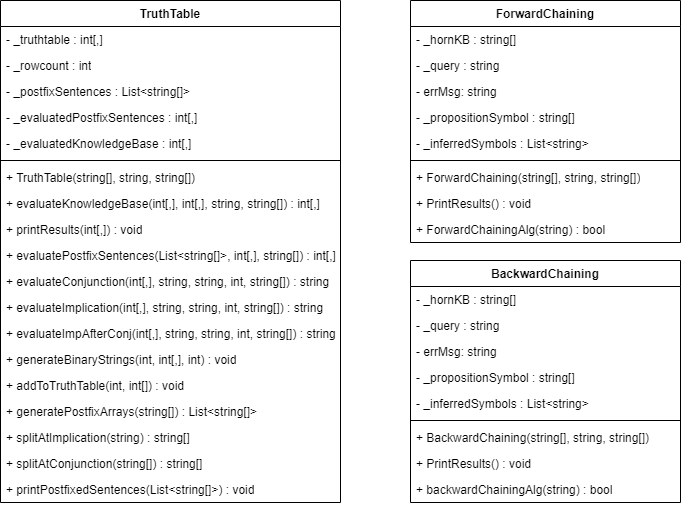
This is UML PNG.png from MagmaArcade/Inference-Engine, a draw.io export, as it was before one commit. Source tidied: cells renumbered, new cells last; positions are measured from the earlier drawing's top-left corner, leaving out a move shared by most shapes.
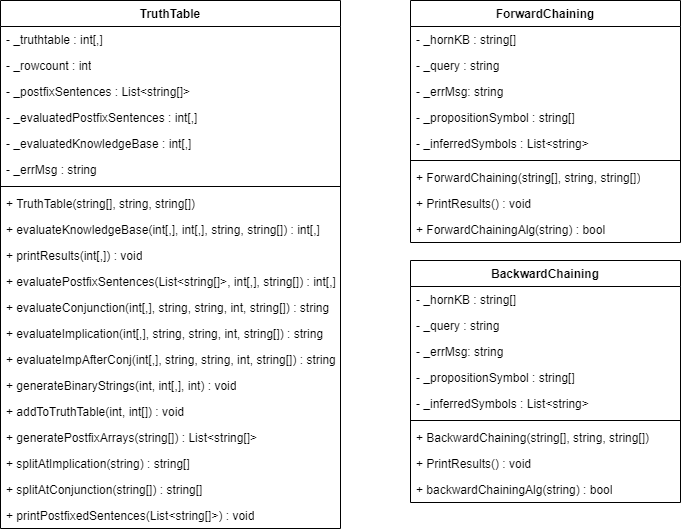
Later version of the same file.

Diff of the diagram source:
```diff
@@ -3,7 +3,7 @@
     <mxCell id="0" />
     <mxCell id="1" parent="0" />
     <mxCell id="2" value="TruthTable" style="swimlane;fontStyle=1;align=center;verticalAlign=top;horizontal=1;startSize=26;whiteSpace=wrap;html=1;" parent="1" vertex="1">
-      <mxGeometry width="340" height="502" as="geometry" />
+      <mxGeometry width="340" height="528" as="geometry" />
     </mxCell>
     <mxCell id="3" value="- _truthtable : int[,]" style="text;strokeColor=none;fillColor=none;align=left;verticalAlign=top;spacingLeft=4;spacingRight=4;overflow=hidden;whiteSpace=wrap;html=1;" parent="2" vertex="1">
       <mxGeometry y="26" width="340" height="26" as="geometry" />
@@ -17,50 +17,53 @@
     <mxCell id="6" value="- _evaluatedPostfixSentences : int[,]" style="text;strokeColor=none;fillColor=none;align=left;verticalAlign=top;spacingLeft=4;spacingRight=4;overflow=hidden;whiteSpace=wrap;html=1;" parent="2" vertex="1">
       <mxGeometry y="104" width="340" height="26" as="geometry" />
     </mxCell>
+    <mxCell id="42" value="- _evaluatedKnowledgeBase : int[,]" style="text;strokeColor=none;fillColor=none;align=left;verticalAlign=top;spacingLeft=4;spacingRight=4;overflow=hidden;whiteSpace=wrap;html=1;" parent="2" vertex="1">
+      <mxGeometry y="130" width="340" height="26" as="geometry" />
+    </mxCell>
-    <mxCell id="7" value="- _evaluatedKnowledgeBase : int[,]" style="text;strokeColor=none;fillColor=none;align=left;verticalAlign=top;spacingLeft=4;spacingRight=4;overflow=hidden;whiteSpace=wrap;html=1;" parent="2" vertex="1">
-      <mxGeometry y="130" width="340" height="26" as="geometry" />
+    <mxCell id="7" value="- _errMsg : string" style="text;strokeColor=none;fillColor=none;align=left;verticalAlign=top;spacingLeft=4;spacingRight=4;overflow=hidden;whiteSpace=wrap;html=1;" parent="2" vertex="1">
+      <mxGeometry y="156" width="340" height="26" as="geometry" />
     </mxCell>
     <mxCell id="8" style="line;strokeWidth=1;fillColor=none;align=left;verticalAlign=middle;spacingTop=-1;spacingLeft=3;spacingRight=3;labelPosition=right;strokeColor=inherit;" parent="2" vertex="1">
-      <mxGeometry y="156" width="340" height="8" as="geometry" />
+      <mxGeometry y="182" width="340" height="8" as="geometry" />
     </mxCell>
     <mxCell id="9" value="+ TruthTable(string[], string, string[])" style="text;strokeColor=none;fillColor=none;align=left;verticalAlign=top;spacingLeft=4;spacingRight=4;overflow=hidden;whiteSpace=wrap;html=1;" parent="2" vertex="1">
-      <mxGeometry y="164" width="340" height="26" as="geometry" />
+      <mxGeometry y="190" width="340" height="26" as="geometry" />
     </mxCell>
     <mxCell id="10" value="+ evaluateKnowledgeBase(int[,], int[,], string, string[]) : int[,]" style="text;strokeColor=none;fillColor=none;align=left;verticalAlign=top;spacingLeft=4;spacingRight=4;overflow=hidden;whiteSpace=wrap;html=1;" parent="2" vertex="1">
-      <mxGeometry y="190" width="340" height="26" as="geometry" />
+      <mxGeometry y="216" width="340" height="26" as="geometry" />
     </mxCell>
     <mxCell id="11" value="+ printResults(int[,]) : void" style="text;strokeColor=none;fillColor=none;align=left;verticalAlign=top;spacingLeft=4;spacingRight=4;overflow=hidden;whiteSpace=wrap;html=1;" parent="2" vertex="1">
-      <mxGeometry y="216" width="340" height="26" as="geometry" />
+      <mxGeometry y="242" width="340" height="26" as="geometry" />
     </mxCell>
     <mxCell id="12" value="+ evaluatePostfixSentences(List&amp;lt;string[]&amp;gt;, int[,], string[]) : int[,]" style="text;strokeColor=none;fillColor=none;align=left;verticalAlign=top;spacingLeft=4;spacingRight=4;overflow=hidden;whiteSpace=wrap;html=1;" parent="2" vertex="1">
-      <mxGeometry y="242" width="340" height="26" as="geometry" />
+      <mxGeometry y="268" width="340" height="26" as="geometry" />
     </mxCell>
     <mxCell id="13" value="+ evaluateConjunction(int[,], string, string, int, string[]) : string" style="text;strokeColor=none;fillColor=none;align=left;verticalAlign=top;spacingLeft=4;spacingRight=4;overflow=hidden;whiteSpace=wrap;html=1;" parent="2" vertex="1">
-      <mxGeometry y="268" width="340" height="26" as="geometry" />
+      <mxGeometry y="294" width="340" height="26" as="geometry" />
     </mxCell>
     <mxCell id="14" value="+ evaluateImplication(int[,], string, string, int, string[]) : string" style="text;strokeColor=none;fillColor=none;align=left;verticalAlign=top;spacingLeft=4;spacingRight=4;overflow=hidden;whiteSpace=wrap;html=1;" parent="2" vertex="1">
-      <mxGeometry y="294" width="340" height="26" as="geometry" />
+      <mxGeometry y="320" width="340" height="26" as="geometry" />
     </mxCell>
     <mxCell id="15" value="+ evaluateImpAfterConj(int[,], string, string, int, string[]) : string" style="text;strokeColor=none;fillColor=none;align=left;verticalAlign=top;spacingLeft=4;spacingRight=4;overflow=hidden;whiteSpace=wrap;html=1;" parent="2" vertex="1">
-      <mxGeometry y="320" width="340" height="26" as="geometry" />
+      <mxGeometry y="346" width="340" height="26" as="geometry" />
     </mxCell>
     <mxCell id="16" value="+ generateBinaryStrings(int, int[,], int) : void" style="text;strokeColor=none;fillColor=none;align=left;verticalAlign=top;spacingLeft=4;spacingRight=4;overflow=hidden;whiteSpace=wrap;html=1;" parent="2" vertex="1">
-      <mxGeometry y="346" width="340" height="26" as="geometry" />
+      <mxGeometry y="372" width="340" height="26" as="geometry" />
     </mxCell>
     <mxCell id="17" value="+ addToTruthTable(int, int[]) : void" style="text;strokeColor=none;fillColor=none;align=left;verticalAlign=top;spacingLeft=4;spacingRight=4;overflow=hidden;whiteSpace=wrap;html=1;" parent="2" vertex="1">
-      <mxGeometry y="372" width="340" height="26" as="geometry" />
+      <mxGeometry y="398" width="340" height="26" as="geometry" />
     </mxCell>
     <mxCell id="18" value="+ generatePostfixArrays(string[]) : List&amp;lt;string[]&amp;gt;" style="text;strokeColor=none;fillColor=none;align=left;verticalAlign=top;spacingLeft=4;spacingRight=4;overflow=hidden;whiteSpace=wrap;html=1;" parent="2" vertex="1">
-      <mxGeometry y="398" width="340" height="26" as="geometry" />
+      <mxGeometry y="424" width="340" height="26" as="geometry" />
     </mxCell>
     <mxCell id="19" value="+ splitAtImplication(string) : string[]" style="text;strokeColor=none;fillColor=none;align=left;verticalAlign=top;spacingLeft=4;spacingRight=4;overflow=hidden;whiteSpace=wrap;html=1;" parent="2" vertex="1">
-      <mxGeometry y="424" width="340" height="26" as="geometry" />
+      <mxGeometry y="450" width="340" height="26" as="geometry" />
     </mxCell>
     <mxCell id="20" value="+ splitAtConjunction(string[]) : string[]" style="text;strokeColor=none;fillColor=none;align=left;verticalAlign=top;spacingLeft=4;spacingRight=4;overflow=hidden;whiteSpace=wrap;html=1;" parent="2" vertex="1">
-      <mxGeometry y="450" width="340" height="26" as="geometry" />
+      <mxGeometry y="476" width="340" height="26" as="geometry" />
     </mxCell>
     <mxCell id="21" value="+ printPostfixedSentences(List&amp;lt;string[]&amp;gt;) : void" style="text;strokeColor=none;fillColor=none;align=left;verticalAlign=top;spacingLeft=4;spacingRight=4;overflow=hidden;whiteSpace=wrap;html=1;" parent="2" vertex="1">
-      <mxGeometry y="476" width="340" height="26" as="geometry" />
+      <mxGeometry y="502" width="340" height="26" as="geometry" />
     </mxCell>
     <mxCell id="22" value="ForwardChaining" style="swimlane;fontStyle=1;align=center;verticalAlign=top;horizontal=1;startSize=26;whiteSpace=wrap;html=1;" parent="1" vertex="1">
       <mxGeometry x="410" width="270" height="242" as="geometry" />
@@ -71,7 +74,7 @@
     <mxCell id="24" value="- _query : string" style="text;strokeColor=none;fillColor=none;align=left;verticalAlign=top;spacingLeft=4;spacingRight=4;overflow=hidden;whiteSpace=wrap;html=1;" parent="22" vertex="1">
       <mxGeometry y="52" width="270" height="26" as="geometry" />
     </mxCell>
-    <mxCell id="25" value="- errMsg: string" style="text;strokeColor=none;fillColor=none;align=left;verticalAlign=top;spacingLeft=4;spacingRight=4;overflow=hidden;whiteSpace=wrap;html=1;" parent="22" vertex="1">
+    <mxCell id="25" value="- _errMsg: string" style="text;strokeColor=none;fillColor=none;align=left;verticalAlign=top;spacingLeft=4;spacingRight=4;overflow=hidden;whiteSpace=wrap;html=1;" parent="22" vertex="1">
       <mxGeometry y="78" width="270" height="26" as="geometry" />
     </mxCell>
     <mxCell id="26" value="- _propositionSymbol : string[]" style="text;strokeColor=none;fillColor=none;align=left;verticalAlign=top;spacingLeft=4;spacingRight=4;overflow=hidden;whiteSpace=wrap;html=1;" parent="22" vertex="1">
@@ -101,7 +104,7 @@
     <mxCell id="34" value="- _query : string" style="text;strokeColor=none;fillColor=none;align=left;verticalAlign=top;spacingLeft=4;spacingRight=4;overflow=hidden;whiteSpace=wrap;html=1;" parent="32" vertex="1">
       <mxGeometry y="52" width="270" height="26" as="geometry" />
     </mxCell>
-    <mxCell id="35" value="- errMsg: string" style="text;strokeColor=none;fillColor=none;align=left;verticalAlign=top;spacingLeft=4;spacingRight=4;overflow=hidden;whiteSpace=wrap;html=1;" parent="32" vertex="1">
+    <mxCell id="35" value="- _errMsg: string" style="text;strokeColor=none;fillColor=none;align=left;verticalAlign=top;spacingLeft=4;spacingRight=4;overflow=hidden;whiteSpace=wrap;html=1;" parent="32" vertex="1">
       <mxGeometry y="78" width="270" height="26" as="geometry" />
     </mxCell>
     <mxCell id="36" value="- _propositionSymbol : string[]" style="text;strokeColor=none;fillColor=none;align=left;verticalAlign=top;spacingLeft=4;spacingRight=4;overflow=hidden;whiteSpace=wrap;html=1;" parent="32" vertex="1">
```
